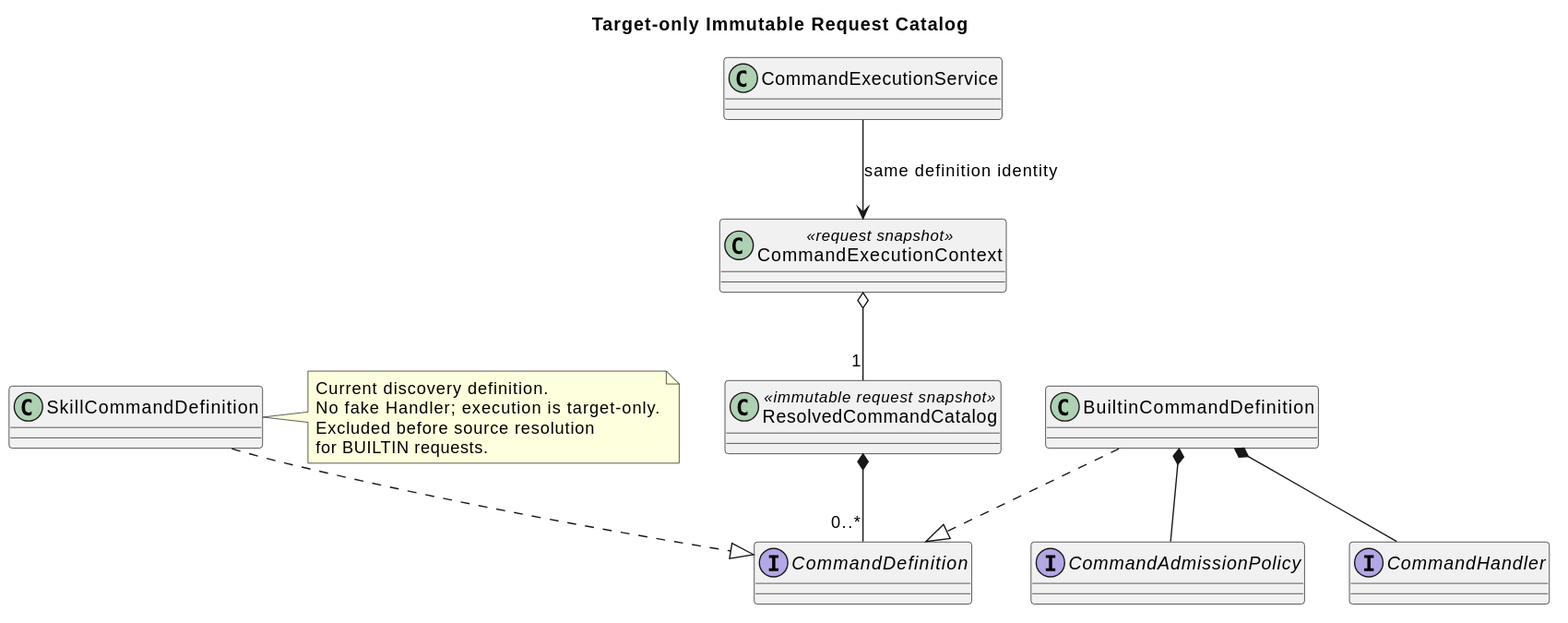
This is 04-命令与技能/00-Slash-Command通用模块/设计图/target_command_resolution_classes.svg from ssm0808/pi-mono-java-design, a PlantUML export, as it was before one commit.
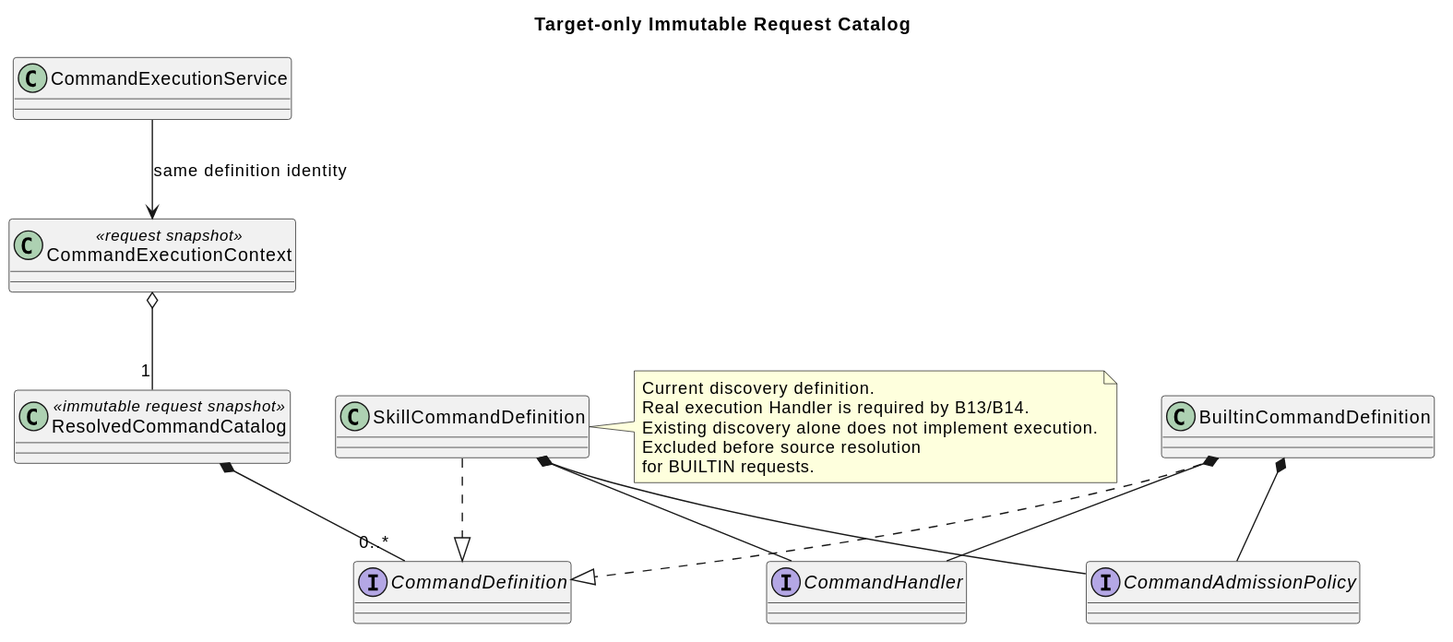
After the change.

What changed in the source:
```diff
@@ -11,6 +11,8 @@
 class CommandExecutionService
 BuiltinCommandDefinition ..|> CommandDefinition
 SkillCommandDefinition ..|> CommandDefinition
+SkillCommandDefinition *-- CommandHandler
+SkillCommandDefinition *-- CommandAdmissionPolicy
 BuiltinCommandDefinition *-- CommandHandler
 BuiltinCommandDefinition *-- CommandAdmissionPolicy
 ResolvedCommandCatalog *-- "0..*" CommandDefinition
@@ -18,7 +20,8 @@
 CommandExecutionService --> CommandExecutionContext : same definition identity
 note right of SkillCommandDefinition
 Current discovery definition.
-No fake Handler; execution is target-only.
+Real execution Handler is required by B13/B14.
+Existing discovery alone does not implement execution.
 Excluded before source resolution
 for BUILTIN requests.
 end note
```
